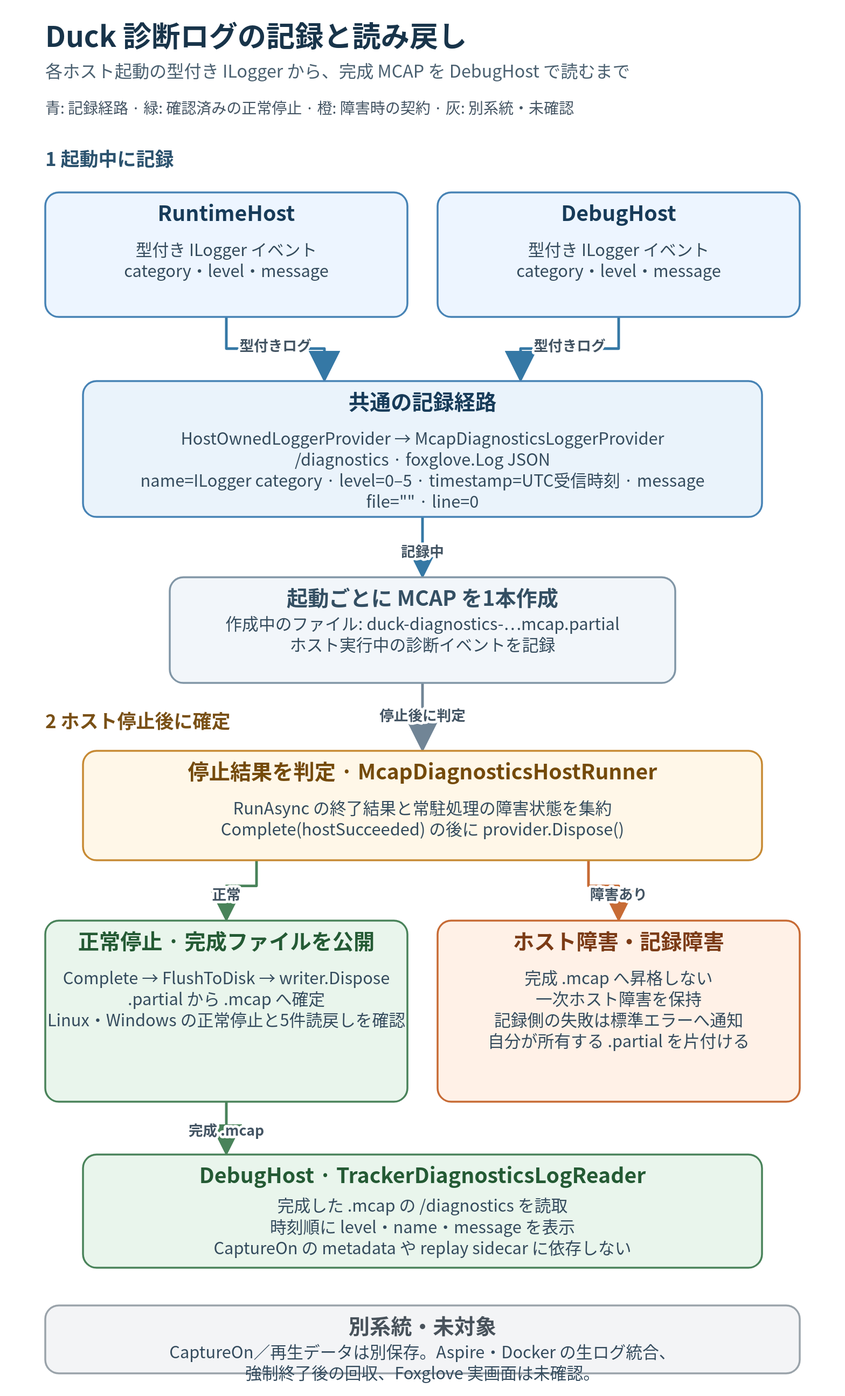
Above: Tracker/Design/DebugHost/diagnostics-mcap-flow.dio.svg in ibis-ssl/Duck (draw.io), before the change. Source tidied: cells renumbered, new cells last; positions are measured from the earlier drawing's top-left corner, leaving out a move shared by most shapes. Its diagram source:
```xml
<mxGraphModel background="#FFFFFF">
  <root>
    <mxCell id="0" />
    <mxCell id="1" parent="0" />
    <mxCell id="2" value="&lt;b&gt;RuntimeHost&lt;/b&gt;&lt;br&gt;型付き ILogger イベント&lt;br&gt;category・level・message" style="rounded=1;arcSize=12;whiteSpace=wrap;html=1;align=center;verticalAlign=middle;fontFamily=Noto Sans CJK JP;fontSize=23;fontColor=#24374A;fillColor=#EDF5FF;strokeColor=#4783B5;strokeWidth=2;spacing=10;" parent="1" vertex="1">
      <mxGeometry y="231" width="480" height="165" as="geometry" />
    </mxCell>
    <mxCell id="3" value="&lt;b&gt;DebugHost&lt;/b&gt;&lt;br&gt;型付き ILogger イベント&lt;br&gt;category・level・message" style="rounded=1;arcSize=12;whiteSpace=wrap;html=1;align=center;verticalAlign=middle;fontFamily=Noto Sans CJK JP;fontSize=23;fontColor=#24374A;fillColor=#EDF5FF;strokeColor=#4783B5;strokeWidth=2;spacing=10;" parent="1" vertex="1">
      <mxGeometry x="520" y="231" width="480" height="165" as="geometry" />
    </mxCell>
    <mxCell id="4" value="&lt;b&gt;共通の記録経路&lt;/b&gt;&lt;br&gt;HostOwnedLoggerProvider → McapDiagnosticsLoggerProvider&lt;br&gt;/diagnostics · foxglove.Log JSON&lt;br&gt;name=ILogger category  ·  level=0–5  ·  timestamp=UTC受信時刻  ·  message&lt;br&gt;file=&amp;quot;&amp;quot;  ·  line=0" style="rounded=1;arcSize=12;whiteSpace=wrap;html=1;align=center;verticalAlign=middle;fontFamily=Noto Sans CJK JP;fontSize=23;fontColor=#24374A;fillColor=#EAF3FB;strokeColor=#4783B5;strokeWidth=2;spacing=10;" parent="1" vertex="1">
      <mxGeometry x="50" y="481" width="900" height="180" as="geometry" />
    </mxCell>
    <mxCell id="5" value="&lt;b&gt;起動ごとに MCAP を1本作成&lt;/b&gt;&lt;br&gt;作成中のファイル: duck-diagnostics-…mcap.partial&lt;br&gt;ホスト実行中の診断イベントを記録" style="rounded=1;arcSize=12;whiteSpace=wrap;html=1;align=center;verticalAlign=middle;fontFamily=Noto Sans CJK JP;fontSize=23;fontColor=#24374A;fillColor=#F2F6FA;strokeColor=#8196A6;strokeWidth=2;spacing=10;" parent="1" vertex="1">
      <mxGeometry x="165" y="741" width="670" height="140" as="geometry" />
    </mxCell>
    <mxCell id="6" value="&lt;b&gt;停止結果を判定 · McapDiagnosticsHostRunner&lt;/b&gt;&lt;br&gt;RunAsync の終了結果と常駐処理の障害状態を集約&lt;br&gt;Complete(hostSucceeded) の後に provider.Dispose()" style="rounded=1;arcSize=12;whiteSpace=wrap;html=1;align=center;verticalAlign=middle;fontFamily=Noto Sans CJK JP;fontSize=23;fontColor=#24374A;fillColor=#FFF7E8;strokeColor=#C78A34;strokeWidth=2;spacing=10;" parent="1" vertex="1">
      <mxGeometry x="50" y="971" width="900" height="145" as="geometry" />
    </mxCell>
    <mxCell id="7" value="&lt;b&gt;正常停止 · 完成ファイルを公開&lt;/b&gt;&lt;br&gt;Complete → FlushToDisk → writer.Dispose&lt;br&gt;.partial から .mcap へ確定&lt;br&gt;Linux・Windows の正常停止と5件読戻しを確認" style="rounded=1;arcSize=12;whiteSpace=wrap;html=1;align=center;verticalAlign=middle;fontFamily=Noto Sans CJK JP;fontSize=23;fontColor=#24374A;fillColor=#E9F5EC;strokeColor=#49835A;strokeWidth=2;spacing=10;" parent="1" vertex="1">
      <mxGeometry y="1196" width="480" height="240" as="geometry" />
    </mxCell>
    <mxCell id="8" value="&lt;b&gt;ホスト障害・記録障害&lt;/b&gt;&lt;br&gt;完成 .mcap へ昇格しない&lt;br&gt;一次ホスト障害を保持&lt;br&gt;記録側の失敗は標準エラーへ通知&lt;br&gt;自分が所有する .partial を片付ける" style="rounded=1;arcSize=12;whiteSpace=wrap;html=1;align=center;verticalAlign=middle;fontFamily=Noto Sans CJK JP;fontSize=23;fontColor=#24374A;fillColor=#FFF1E7;strokeColor=#C76B35;strokeWidth=2;spacing=10;" parent="1" vertex="1">
      <mxGeometry x="520" y="1196" width="480" height="240" as="geometry" />
    </mxCell>
    <mxCell id="9" value="&lt;b&gt;DebugHost · TrackerDiagnosticsLogReader&lt;/b&gt;&lt;br&gt;完成した .mcap の /diagnostics を読取&lt;br&gt;時刻順に level・name・message を表示&lt;br&gt;CaptureOn の metadata や replay sidecar に依存しない" style="rounded=1;arcSize=12;whiteSpace=wrap;html=1;align=center;verticalAlign=middle;fontFamily=Noto Sans CJK JP;fontSize=23;fontColor=#24374A;fillColor=#E9F5EC;strokeColor=#49835A;strokeWidth=2;spacing=10;" parent="1" vertex="1">
      <mxGeometry x="50" y="1506" width="900" height="150" as="geometry" />
    </mxCell>
    <mxCell id="10" value="&lt;b&gt;別系統・未対象&lt;/b&gt;&lt;br&gt;CaptureOn／再生データは別保存。Aspire・Docker の生ログ統合、&lt;br&gt;強制終了後の回収、Foxglove 実画面は未確認。" style="rounded=1;arcSize=12;whiteSpace=wrap;html=1;align=center;verticalAlign=middle;fontFamily=Noto Sans CJK JP;fontSize=23;fontColor=#24374A;fillColor=#F3F4F6;strokeColor=#9AA3AA;strokeWidth=2;spacing=10;" parent="1" vertex="1">
      <mxGeometry y="1706" width="1000" height="90" as="geometry" />
    </mxCell>
    <mxCell id="11" value="Duck 診断ログの記録と読み戻し" style="text;html=1;align=start;verticalAlign=middle;fontFamily=Noto Sans CJK JP;fontSize=38;fontColor=#18344A;fontStyle=1;" parent="1" vertex="1">
      <mxGeometry width="1000" height="50" as="geometry" />
    </mxCell>
    <mxCell id="12" value="各ホスト起動の型付き ILogger から、完成 MCAP を DebugHost で読むまで" style="text;html=1;align=start;verticalAlign=middle;fontFamily=Noto Sans CJK JP;fontSize=23;fontColor=#4A6070;fontStyle=0;" parent="1" vertex="1">
      <mxGeometry y="56" width="1000" height="35" as="geometry" />
    </mxCell>
    <mxCell id="13" value="青: 記録経路  ·  緑: 確認済みの正常停止  ·  橙: 障害時の契約  ·  灰: 別系統・未確認" style="text;html=1;align=start;verticalAlign=middle;fontFamily=Noto Sans CJK JP;fontSize=20;fontColor=#435463;fontStyle=0;" parent="1" vertex="1">
      <mxGeometry y="107" width="1000" height="32" as="geometry" />
    </mxCell>
    <mxCell id="14" value="1  起動中に記録" style="text;html=1;align=start;verticalAlign=middle;fontFamily=Noto Sans CJK JP;fontSize=25;fontColor=#2B526E;fontStyle=1;" parent="1" vertex="1">
      <mxGeometry y="171" width="1000" height="37" as="geometry" />
    </mxCell>
    <mxCell id="15" value="2  ホスト停止後に確定" style="text;html=1;align=start;verticalAlign=middle;fontFamily=Noto Sans CJK JP;fontSize=25;fontColor=#795016;fontStyle=1;" parent="1" vertex="1">
      <mxGeometry y="916" width="1000" height="37" as="geometry" />
    </mxCell>
    <mxCell id="16" value="型付きログ" style="edgeStyle=orthogonalEdgeStyle;rounded=0;jettySize=auto;html=1;endArrow=block;endFill=1;strokeWidth=3;strokeColor=#3578A5;fontFamily=Noto Sans CJK JP;fontSize=19;fontColor=#435463;labelBackgroundColor=#FFFFFF;" parent="1" edge="1" source="2" target="4">
      <mxGeometry relative="1" as="geometry">
        <mxPoint y="-12" as="offset" />
      </mxGeometry>
    </mxCell>
    <mxCell id="17" value="型付きログ" style="edgeStyle=orthogonalEdgeStyle;rounded=0;jettySize=auto;html=1;endArrow=block;endFill=1;strokeWidth=3;strokeColor=#3578A5;fontFamily=Noto Sans CJK JP;fontSize=19;fontColor=#435463;labelBackgroundColor=#FFFFFF;" parent="1" edge="1" source="3" target="4">
      <mxGeometry relative="1" as="geometry">
        <mxPoint y="-12" as="offset" />
      </mxGeometry>
    </mxCell>
    <mxCell id="18" value="記録中" style="edgeStyle=orthogonalEdgeStyle;rounded=0;jettySize=auto;html=1;endArrow=block;endFill=1;strokeWidth=3;strokeColor=#3578A5;fontFamily=Noto Sans CJK JP;fontSize=19;fontColor=#435463;labelBackgroundColor=#FFFFFF;" parent="1" edge="1" source="4" target="5">
      <mxGeometry relative="1" as="geometry">
        <mxPoint y="-12" as="offset" />
      </mxGeometry>
    </mxCell>
    <mxCell id="19" value="ホスト停止後に判定" style="edgeStyle=orthogonalEdgeStyle;rounded=0;jettySize=auto;html=1;endArrow=block;endFill=1;strokeWidth=3;strokeColor=#718596;fontFamily=Noto Sans CJK JP;fontSize=19;fontColor=#435463;labelBackgroundColor=#FFFFFF;" parent="1" edge="1" source="5" target="6">
      <mxGeometry relative="1" as="geometry">
        <mxPoint y="-12" as="offset" />
      </mxGeometry>
    </mxCell>
    <mxCell id="20" value="正常" style="edgeStyle=orthogonalEdgeStyle;rounded=0;jettySize=auto;html=1;endArrow=block;endFill=1;strokeWidth=3;strokeColor=#49835A;fontFamily=Noto Sans CJK JP;fontSize=19;fontColor=#435463;labelBackgroundColor=#FFFFFF;" parent="1" edge="1" source="6" target="7">
      <mxGeometry relative="1" as="geometry">
        <mxPoint y="-12" as="offset" />
      </mxGeometry>
    </mxCell>
    <mxCell id="21" value="障害あり" style="edgeStyle=orthogonalEdgeStyle;rounded=0;jettySize=auto;html=1;endArrow=block;endFill=1;strokeWidth=3;strokeColor=#C76B35;fontFamily=Noto Sans CJK JP;fontSize=19;fontColor=#435463;labelBackgroundColor=#FFFFFF;" parent="1" edge="1" source="6" target="8">
      <mxGeometry relative="1" as="geometry">
        <mxPoint y="-12" as="offset" />
      </mxGeometry>
    </mxCell>
    <mxCell id="22" value="完成 .mcap" style="edgeStyle=orthogonalEdgeStyle;rounded=0;jettySize=auto;html=1;endArrow=block;endFill=1;strokeWidth=3;strokeColor=#49835A;fontFamily=Noto Sans CJK JP;fontSize=19;fontColor=#435463;labelBackgroundColor=#FFFFFF;" parent="1" edge="1" source="7" target="9">
      <mxGeometry relative="1" as="geometry">
        <mxPoint y="-12" as="offset" />
      </mxGeometry>
    </mxCell>
  </root>
</mxGraphModel>
```
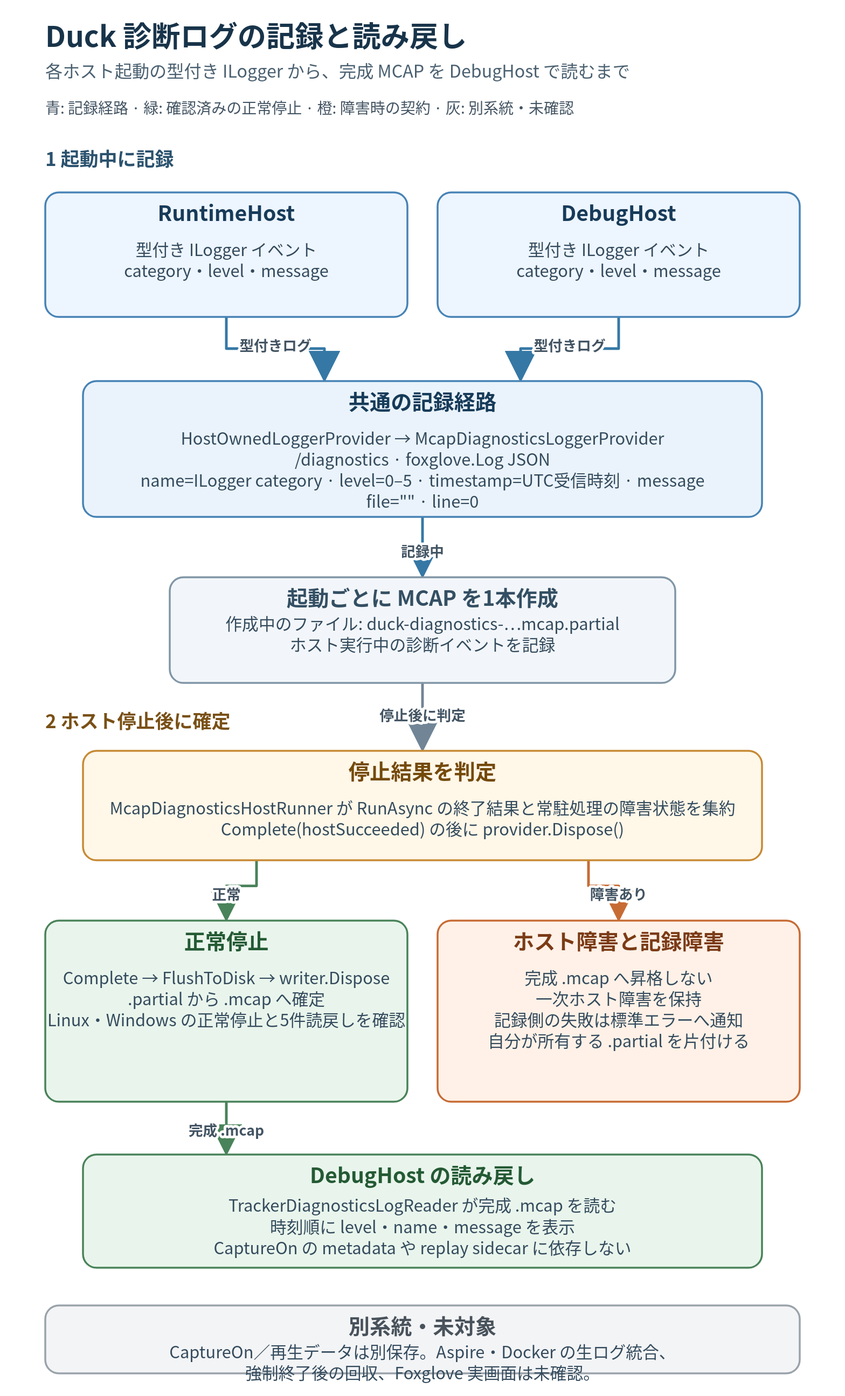
The same file after the commit.

Commit message:
docs(issue151): 図のブロック名を本文見出しに揃える

## 背景
- MCAP 診断ログ図の主要ブロックと設計書本文の見出しが一致せず、対応箇所を探しにくかった

## 変更内容
- 設計書に図のブロックから本文見出しへの短いリンクを追加し、対応する見出し名を揃えた
- `.dio.svg` の表示ラベルと埋め込み draw.io モデルの文字だけを更新し、図形・矢印・接続は維持した

## 検証
- textlint: 終了値0
- CSpell: 終了値1、既存13件。変更行への該当0件
- 許可一覧: 終了値1、既存の文書19件と一覧説明3件。変更行への該当0件
- SVG を Inkscape で表示確認。埋め込み mxfile を XML として読み直し、mxCell の位置・接続を比較
- Yomiyasu v1.1.0: 既存の承認済み実行ファイルがなく未実施。新規取得なし
- `git diff --check`: 成功

What changed in the source:
```diff
@@ -14,16 +14,16 @@
     <mxCell id="5" value="&lt;b&gt;起動ごとに MCAP を1本作成&lt;/b&gt;&lt;br&gt;作成中のファイル: duck-diagnostics-…mcap.partial&lt;br&gt;ホスト実行中の診断イベントを記録" style="rounded=1;arcSize=12;whiteSpace=wrap;html=1;align=center;verticalAlign=middle;fontFamily=Noto Sans CJK JP;fontSize=23;fontColor=#24374A;fillColor=#F2F6FA;strokeColor=#8196A6;strokeWidth=2;spacing=10;" parent="1" vertex="1">
       <mxGeometry x="165" y="741" width="670" height="140" as="geometry" />
     </mxCell>
-    <mxCell id="6" value="&lt;b&gt;停止結果を判定 · McapDiagnosticsHostRunner&lt;/b&gt;&lt;br&gt;RunAsync の終了結果と常駐処理の障害状態を集約&lt;br&gt;Complete(hostSucceeded) の後に provider.Dispose()" style="rounded=1;arcSize=12;whiteSpace=wrap;html=1;align=center;verticalAlign=middle;fontFamily=Noto Sans CJK JP;fontSize=23;fontColor=#24374A;fillColor=#FFF7E8;strokeColor=#C78A34;strokeWidth=2;spacing=10;" parent="1" vertex="1">
+    <mxCell id="6" value="&lt;b&gt;停止結果を判定&lt;/b&gt;&lt;br&gt;McapDiagnosticsHostRunner が RunAsync の終了結果と常駐処理の障害状態を集約&lt;br&gt;Complete(hostSucceeded) の後に provider.Dispose()" style="rounded=1;arcSize=12;whiteSpace=wrap;html=1;align=center;verticalAlign=middle;fontFamily=Noto Sans CJK JP;fontSize=23;fontColor=#24374A;fillColor=#FFF7E8;strokeColor=#C78A34;strokeWidth=2;spacing=10;" parent="1" vertex="1">
       <mxGeometry x="50" y="971" width="900" height="145" as="geometry" />
     </mxCell>
-    <mxCell id="7" value="&lt;b&gt;正常停止 · 完成ファイルを公開&lt;/b&gt;&lt;br&gt;Complete → FlushToDisk → writer.Dispose&lt;br&gt;.partial から .mcap へ確定&lt;br&gt;Linux・Windows の正常停止と5件読戻しを確認" style="rounded=1;arcSize=12;whiteSpace=wrap;html=1;align=center;verticalAlign=middle;fontFamily=Noto Sans CJK JP;fontSize=23;fontColor=#24374A;fillColor=#E9F5EC;strokeColor=#49835A;strokeWidth=2;spacing=10;" parent="1" vertex="1">
+    <mxCell id="7" value="&lt;b&gt;正常停止&lt;/b&gt;&lt;br&gt;Complete → FlushToDisk → writer.Dispose&lt;br&gt;.partial から .mcap へ確定&lt;br&gt;Linux・Windows の正常停止と5件読戻しを確認" style="rounded=1;arcSize=12;whiteSpace=wrap;html=1;align=center;verticalAlign=middle;fontFamily=Noto Sans CJK JP;fontSize=23;fontColor=#24374A;fillColor=#E9F5EC;strokeColor=#49835A;strokeWidth=2;spacing=10;" parent="1" vertex="1">
       <mxGeometry y="1196" width="480" height="240" as="geometry" />
     </mxCell>
-    <mxCell id="8" value="&lt;b&gt;ホスト障害・記録障害&lt;/b&gt;&lt;br&gt;完成 .mcap へ昇格しない&lt;br&gt;一次ホスト障害を保持&lt;br&gt;記録側の失敗は標準エラーへ通知&lt;br&gt;自分が所有する .partial を片付ける" style="rounded=1;arcSize=12;whiteSpace=wrap;html=1;align=center;verticalAlign=middle;fontFamily=Noto Sans CJK JP;fontSize=23;fontColor=#24374A;fillColor=#FFF1E7;strokeColor=#C76B35;strokeWidth=2;spacing=10;" parent="1" vertex="1">
+    <mxCell id="8" value="&lt;b&gt;ホスト障害と記録障害&lt;/b&gt;&lt;br&gt;完成 .mcap へ昇格しない&lt;br&gt;一次ホスト障害を保持&lt;br&gt;記録側の失敗は標準エラーへ通知&lt;br&gt;自分が所有する .partial を片付ける" style="rounded=1;arcSize=12;whiteSpace=wrap;html=1;align=center;verticalAlign=middle;fontFamily=Noto Sans CJK JP;fontSize=23;fontColor=#24374A;fillColor=#FFF1E7;strokeColor=#C76B35;strokeWidth=2;spacing=10;" parent="1" vertex="1">
       <mxGeometry x="520" y="1196" width="480" height="240" as="geometry" />
     </mxCell>
-    <mxCell id="9" value="&lt;b&gt;DebugHost · TrackerDiagnosticsLogReader&lt;/b&gt;&lt;br&gt;完成した .mcap の /diagnostics を読取&lt;br&gt;時刻順に level・name・message を表示&lt;br&gt;CaptureOn の metadata や replay sidecar に依存しない" style="rounded=1;arcSize=12;whiteSpace=wrap;html=1;align=center;verticalAlign=middle;fontFamily=Noto Sans CJK JP;fontSize=23;fontColor=#24374A;fillColor=#E9F5EC;strokeColor=#49835A;strokeWidth=2;spacing=10;" parent="1" vertex="1">
+    <mxCell id="9" value="&lt;b&gt;DebugHost の読み戻し&lt;/b&gt;&lt;br&gt;TrackerDiagnosticsLogReader が完成 .mcap を読む&lt;br&gt;時刻順に level・name・message を表示&lt;br&gt;CaptureOn の metadata や replay sidecar に依存しない" style="rounded=1;arcSize=12;whiteSpace=wrap;html=1;align=center;verticalAlign=middle;fontFamily=Noto Sans CJK JP;fontSize=23;fontColor=#24374A;fillColor=#E9F5EC;strokeColor=#49835A;strokeWidth=2;spacing=10;" parent="1" vertex="1">
       <mxGeometry x="50" y="1506" width="900" height="150" as="geometry" />
     </mxCell>
     <mxCell id="10" value="&lt;b&gt;別系統・未対象&lt;/b&gt;&lt;br&gt;CaptureOn／再生データは別保存。Aspire・Docker の生ログ統合、&lt;br&gt;強制終了後の回収、Foxglove 実画面は未確認。" style="rounded=1;arcSize=12;whiteSpace=wrap;html=1;align=center;verticalAlign=middle;fontFamily=Noto Sans CJK JP;fontSize=23;fontColor=#24374A;fillColor=#F3F4F6;strokeColor=#9AA3AA;strokeWidth=2;spacing=10;" parent="1" vertex="1">
```
